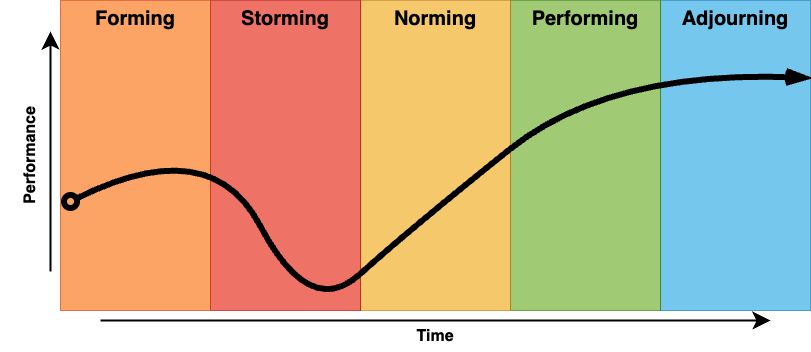
The draw.io diagram docs/assets/presentations/facilitation/tuckman.drawio.png in cmadland/ldrs663, before a commit. Source tidied: cells renumbered, new cells last; positions are measured from the earlier drawing's top-left corner, leaving out a move shared by most shapes.
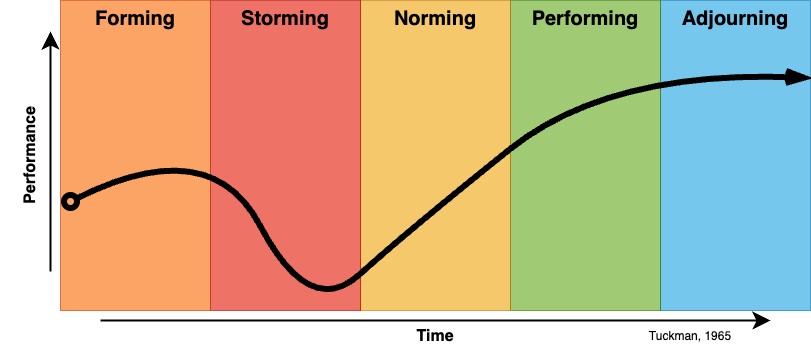
After the commit.

Diff of the diagram source:
```diff
@@ -46,5 +46,8 @@
     <mxCell id="11" value="&lt;b&gt;&lt;font style=&quot;font-size: 16px;&quot;&gt;Performance&lt;/font&gt;&lt;/b&gt;" style="text;html=1;strokeColor=none;fillColor=none;align=center;verticalAlign=middle;whiteSpace=wrap;rounded=0;labelBackgroundColor=none;opacity=60;horizontal=0;fontColor=#000000;" parent="1" vertex="1">
       <mxGeometry y="140" width="60" height="30" as="geometry" />
     </mxCell>
+    <mxCell id="12" value="Tuckman, 1965" style="text;html=1;strokeColor=none;fillColor=none;align=center;verticalAlign=middle;whiteSpace=wrap;rounded=0;" parent="1" vertex="1">
+      <mxGeometry x="630" y="321" width="120" height="30" as="geometry" />
+    </mxCell>
   </root>
 </mxGraphModel>
```
